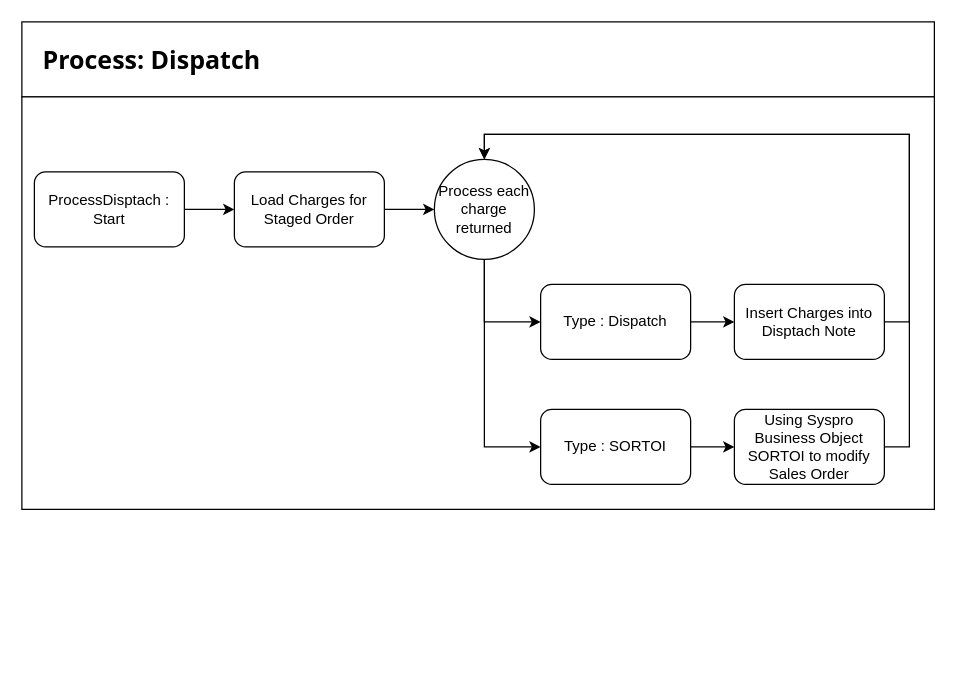
The draw.io diagram page "ProcessDispatch" (3 of 4) of Tickets/Normal Tickets/Ticket 32322 - SCT PO Automation/NewVersionSOHservice.drawio in DevJustinP/WIP, before the edit. Source tidied: cells renumbered, new cells numbered last; positions are measured from the earlier drawing's top-left corner, leaving out a move shared by most shapes. Both pictures are drawn from the tidied source at 125%, with x=0, y=0 at pixel (21, 21).
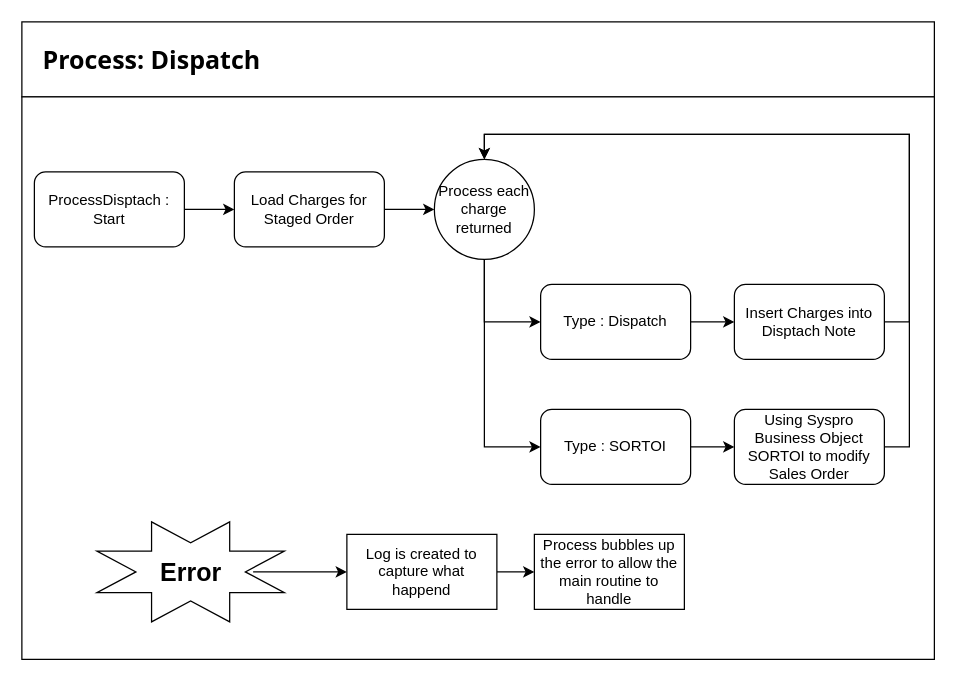
Above is the later version.

Change to the diagram source:
```diff
@@
     <mxCell id="3" style="rounded=0;whiteSpace=wrap;html=1;fontFamily=Tahoma;fontSize=20;" parent="1" vertex="1">
-      <mxGeometry y="60" width="730" height="330" as="geometry" />
+      <mxGeometry y="60" width="730" height="450" as="geometry" />
     </mxCell>
@@
+    <mxCell id="19" style="verticalLabelPosition=bottom;verticalAlign=top;html=1;shape=mxgraph.basic.8_point_star;" parent="1" vertex="1">
+      <mxGeometry x="60" y="400" width="150" height="80" as="geometry" />
+    </mxCell>
+    <mxCell id="20" style="edgeStyle=none;html=1;exitX=1;exitY=0.5;exitDx=0;exitDy=0;entryX=0;entryY=0.5;entryDx=0;entryDy=0;" parent="1" edge="1" source="21" target="23">
+      <mxGeometry relative="1" as="geometry" />
+    </mxCell>
+    <mxCell id="21" value="&lt;font style=&quot;font-size: 20px;&quot;&gt;Error&lt;/font&gt;" style="text;strokeColor=none;fillColor=none;html=1;fontSize=24;fontStyle=1;verticalAlign=middle;align=center;" parent="1" vertex="1">
+      <mxGeometry x="85" y="420" width="100" height="40" as="geometry" />
+    </mxCell>
+    <mxCell id="22" style="edgeStyle=none;html=1;fontSize=20;" parent="1" edge="1" source="23" target="24">
+      <mxGeometry relative="1" as="geometry" />
+    </mxCell>
+    <mxCell id="23" value="Log is created to capture what happend" style="rounded=0;whiteSpace=wrap;html=1;" parent="1" vertex="1">
+      <mxGeometry x="260" y="410" width="120" height="60" as="geometry" />
+    </mxCell>
+    <mxCell id="24" value="Process bubbles up the error to allow the main routine to handle" style="rounded=0;whiteSpace=wrap;html=1;" parent="1" vertex="1">
+      <mxGeometry x="410" y="410" width="120" height="60" as="geometry" />
+    </mxCell>
```
